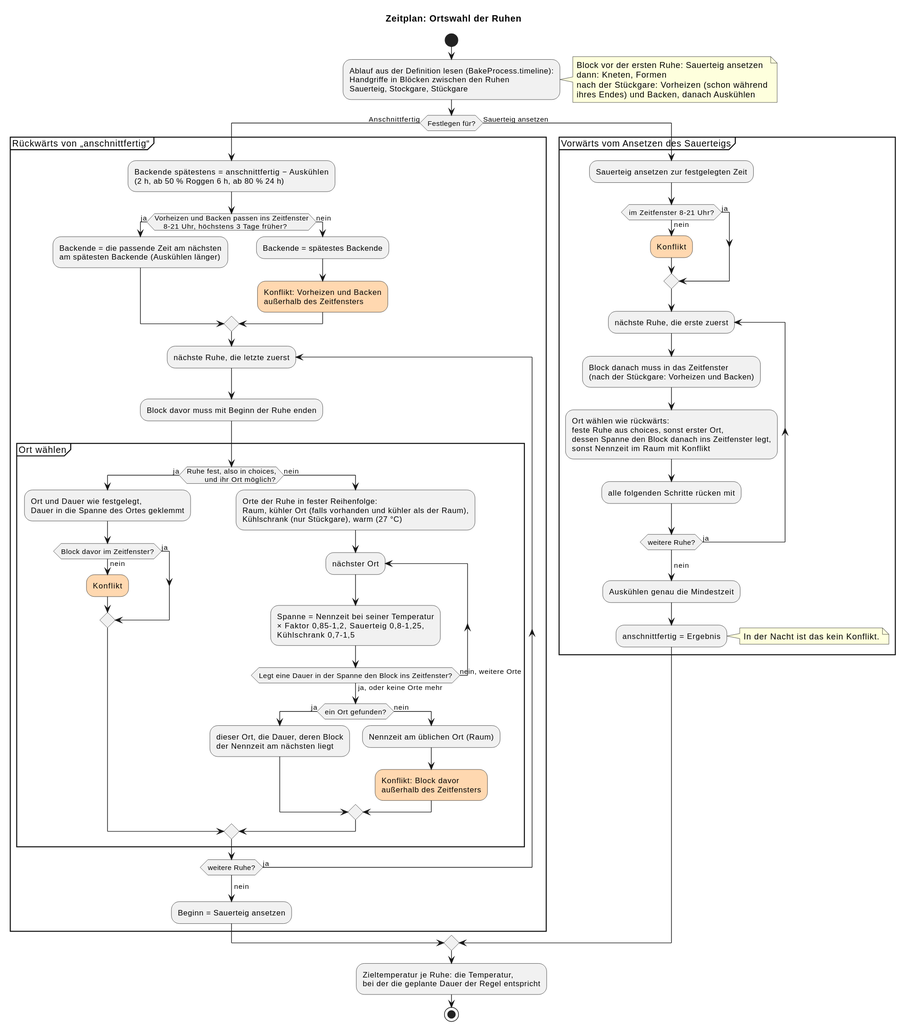
Before: docs/ortswahl.svg, a diagram exported from PlantUML (SuperOok/sourdough).
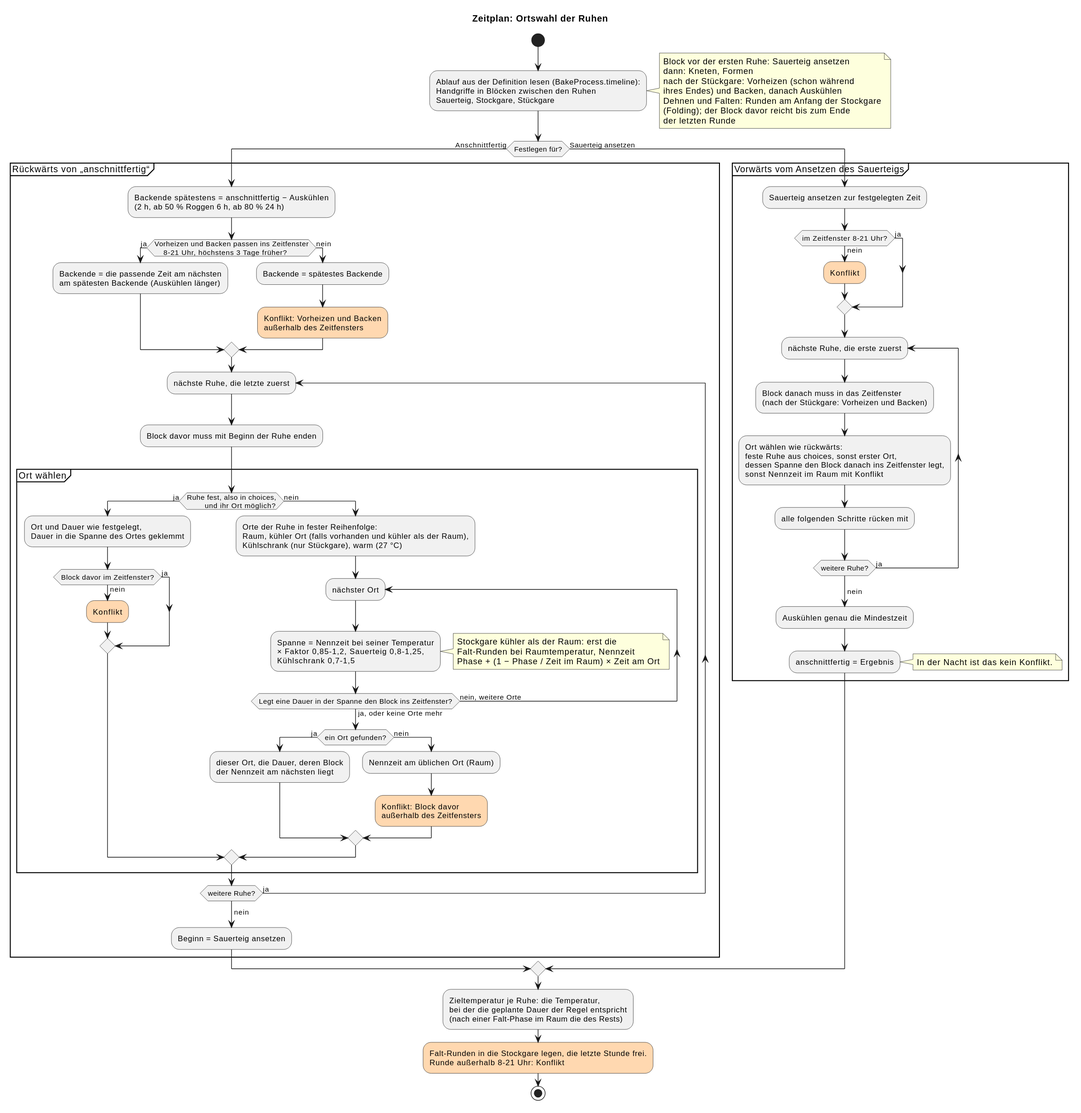
After the commit.

Change to the diagram source:
```diff
@@ -10,6 +10,9 @@
   dann: Kneten, Formen
   nach der Stückgare: Vorheizen (schon während
   ihres Endes) und Backen, danach Auskühlen
+  Dehnen und Falten: Runden am Anfang der Stockgare
+  (Folding); der Block davor reicht bis zum Ende
+  der letzten Runde
 end note
 
 if (Festlegen für?) then (Anschnittfertig)
@@ -44,6 +47,11 @@
             :Spanne = Nennzeit bei seiner Temperatur
             × Faktor 0,85-1,2, Sauerteig 0,8-1,25,
             Kühlschrank 0,7-1,5;
+            note right
+              Stockgare kühler als der Raum: erst die
+              Falt-Runden bei Raumtemperatur, Nennzeit
+              Phase + (1 − Phase / Zeit im Raum) × Zeit am Ort
+            end note
           repeat while (Legt eine Dauer in der Spanne den Block ins Zeitfenster?) is (nein, weitere Orte) not (ja, oder keine Orte mehr)
           if (ein Ort gefunden?) then (ja)
             :dieser Ort, die Dauer, deren Block
@@ -82,6 +90,9 @@
   }
 endif
 :Zieltemperatur je Ruhe: die Temperatur,
-bei der die geplante Dauer der Regel entspricht;
+bei der die geplante Dauer der Regel entspricht
+(nach einer Falt-Phase im Raum die des Rests);
+:Falt-Runden in die Stockgare legen, die letzte Stunde frei.
+Runde außerhalb 8-21 Uhr: Konflikt; <<#FFD8B0>>
 stop
 @enduml
```
